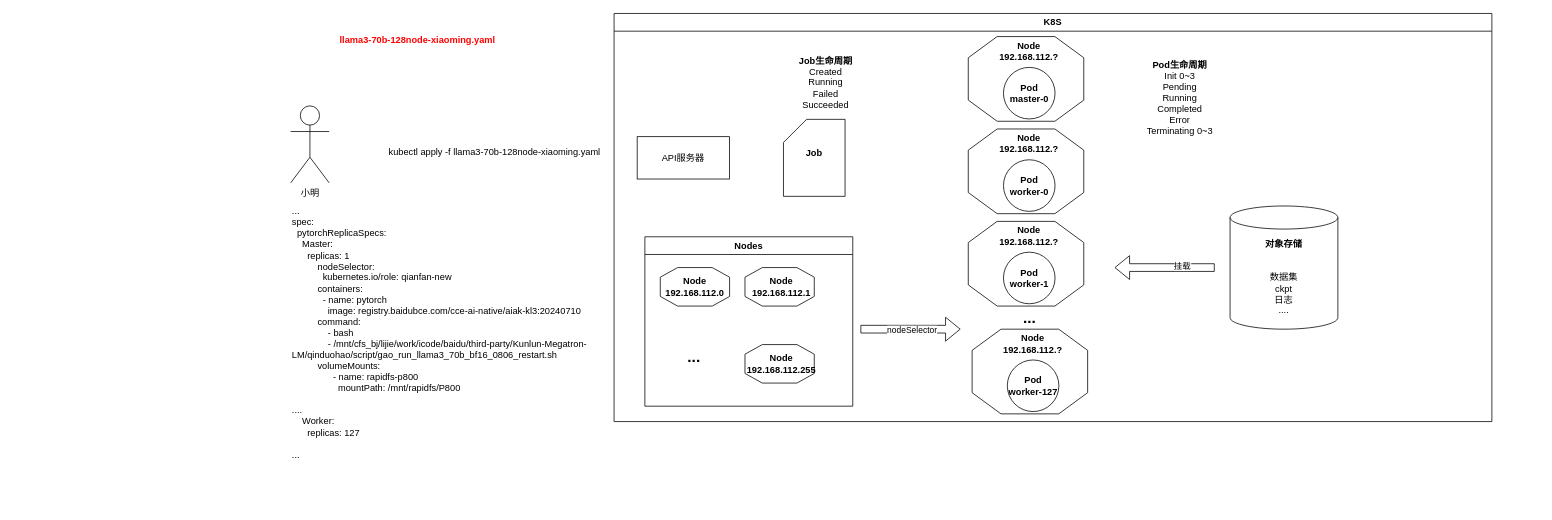
Earlier version of the draw.io diagram k8s.drawio (LamForest/draw.io). Source tidied: cells renumbered, new cells numbered last; positions are measured from the earlier drawing's top-left corner, leaving out a move shared by most shapes. Both pictures are drawn from the tidied source at 77%, with x=0, y=0 at pixel (290, 13).
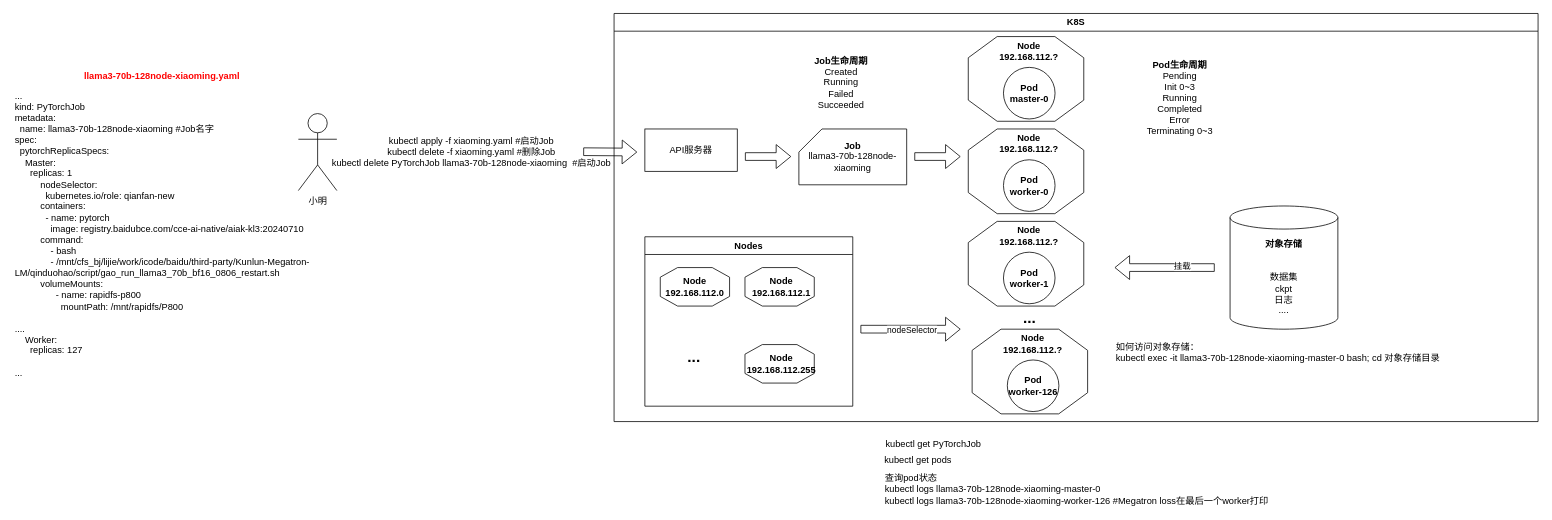
The same diagram, later.

Unchanged cells that the change refers to:
```xml
<mxCell id="33" style="group;" parent="6" vertex="1">
  <mxGeometry x="465" y="410" width="150" height="110" as="geometry" />
</mxCell>
```

Diff of the diagram source:
```diff
@@
-    <mxCell id="2" value="小明" style="shape=umlActor;verticalLabelPosition=bottom;verticalAlign=top;html=1;" parent="1" vertex="1">
-      <mxGeometry y="120" width="50" height="100" as="geometry" />
-    </mxCell>
-    <mxCell id="3" value="&lt;div&gt;...&lt;/div&gt;&lt;div&gt;spec:&lt;/div&gt;&lt;div&gt;&amp;nbsp; pytorchReplicaSpecs:&lt;/div&gt;&lt;div&gt;&amp;nbsp; &amp;nbsp; Master:&lt;/div&gt;&lt;div&gt;&amp;nbsp; &amp;nbsp; &amp;nbsp; replicas: 1&lt;/div&gt;&lt;div&gt;&amp;nbsp; &amp;nbsp; &amp;nbsp;&amp;nbsp;&lt;span style=&quot;background-color: initial;&quot;&gt;&amp;nbsp; &amp;nbsp; nodeSelector:&lt;/span&gt;&lt;/div&gt;&lt;div&gt;&amp;nbsp; &amp;nbsp; &amp;nbsp; &amp;nbsp; &amp;nbsp; &amp;nbsp; kubernetes.io/role: qianfan-new&lt;/div&gt;&lt;div&gt;&amp;nbsp; &amp;nbsp; &amp;nbsp; &amp;nbsp; &amp;nbsp;&amp;nbsp;&lt;span style=&quot;background-color: initial;&quot;&gt;containers:&lt;/span&gt;&lt;/div&gt;&lt;div&gt;&amp;nbsp; &amp;nbsp; &amp;nbsp; &amp;nbsp; &amp;nbsp; &amp;nbsp; - name: pytorch&lt;/div&gt;&lt;div&gt;&amp;nbsp; &amp;nbsp; &amp;nbsp; &amp;nbsp; &amp;nbsp; &amp;nbsp; &amp;nbsp; image: registry.baidubce.com/cce-ai-native/aiak-kl3:20240710&lt;/div&gt;&lt;div&gt;&lt;div&gt;&amp;nbsp; &amp;nbsp; &amp;nbsp; &amp;nbsp; &amp;nbsp; command:&lt;/div&gt;&lt;div&gt;&amp;nbsp; &amp;nbsp; &amp;nbsp; &amp;nbsp; &amp;nbsp; &amp;nbsp; &amp;nbsp; - bash&lt;/div&gt;&lt;div&gt;&amp;nbsp; &amp;nbsp; &amp;nbsp; &amp;nbsp; &amp;nbsp; &amp;nbsp; &amp;nbsp; - /mnt/cfs_bj/lijie/work/icode/baidu/third-party/Kunlun-Megatron-LM/qinduohao/script/gao_run_llama3_70b_bf16_0806_restart.sh&lt;/div&gt;&lt;/div&gt;&lt;div&gt;&lt;div&gt;&amp;nbsp; &amp;nbsp; &amp;nbsp; &amp;nbsp; &amp;nbsp; volumeMounts:&lt;/div&gt;&lt;div&gt;&amp;nbsp; &amp;nbsp; &amp;nbsp; &amp;nbsp; &amp;nbsp; &amp;nbsp; &amp;nbsp; &amp;nbsp; - name: rapidfs-p800&lt;/div&gt;&lt;div&gt;&amp;nbsp; &amp;nbsp; &amp;nbsp; &amp;nbsp; &amp;nbsp; &amp;nbsp; &amp;nbsp; &amp;nbsp; &amp;nbsp; mountPath: /mnt/rapidfs/P800&lt;/div&gt;&lt;/div&gt;&lt;div&gt;&lt;br&gt;&lt;/div&gt;&lt;div&gt;....&lt;/div&gt;&lt;div&gt;&lt;div&gt;&amp;nbsp; &amp;nbsp; Worker:&lt;/div&gt;&lt;div&gt;&amp;nbsp; &amp;nbsp; &amp;nbsp; replicas: 127&lt;/div&gt;&lt;div&gt;&amp;nbsp; &amp;nbsp; &amp;nbsp;&amp;nbsp;&lt;/div&gt;&lt;/div&gt;&lt;div&gt;...&lt;/div&gt;" style="text;html=1;align=left;verticalAlign=middle;whiteSpace=wrap;rounded=0;" parent="1" vertex="1">
-      <mxGeometry y="210" width="440" height="410" as="geometry" />
+    <mxCell id="3" value="&lt;div&gt;...&lt;/div&gt;&lt;div&gt;kind: PyTorchJob&lt;/div&gt;&lt;div&gt;metadata:&lt;br&gt;&lt;/div&gt;&lt;div&gt;&amp;nbsp;&amp;nbsp;name:&amp;nbsp;&lt;span style=&quot;text-align: center; background-color: initial;&quot;&gt;llama3-70b-128node-xiaoming #Job名字&lt;/span&gt;&lt;/div&gt;&lt;div&gt;spec:&lt;/div&gt;&lt;div&gt;&amp;nbsp; pytorchReplicaSpecs:&lt;/div&gt;&lt;div&gt;&amp;nbsp; &amp;nbsp; Master:&lt;/div&gt;&lt;div&gt;&amp;nbsp; &amp;nbsp; &amp;nbsp; replicas: 1&lt;/div&gt;&lt;div&gt;&amp;nbsp; &amp;nbsp; &amp;nbsp;&amp;nbsp;&lt;span style=&quot;background-color: initial;&quot;&gt;&amp;nbsp; &amp;nbsp; nodeSelector:&lt;/span&gt;&lt;/div&gt;&lt;div&gt;&amp;nbsp; &amp;nbsp; &amp;nbsp; &amp;nbsp; &amp;nbsp; &amp;nbsp; kubernetes.io/role: qianfan-new&lt;/div&gt;&lt;div&gt;&amp;nbsp; &amp;nbsp; &amp;nbsp; &amp;nbsp; &amp;nbsp;&amp;nbsp;&lt;span style=&quot;background-color: initial;&quot;&gt;containers:&lt;/span&gt;&lt;/div&gt;&lt;div&gt;&amp;nbsp; &amp;nbsp; &amp;nbsp; &amp;nbsp; &amp;nbsp; &amp;nbsp; - name: pytorch&lt;/div&gt;&lt;div&gt;&amp;nbsp; &amp;nbsp; &amp;nbsp; &amp;nbsp; &amp;nbsp; &amp;nbsp; &amp;nbsp; image: registry.baidubce.com/cce-ai-native/aiak-kl3:20240710&lt;/div&gt;&lt;div&gt;&lt;div&gt;&amp;nbsp; &amp;nbsp; &amp;nbsp; &amp;nbsp; &amp;nbsp; command:&lt;/div&gt;&lt;div&gt;&amp;nbsp; &amp;nbsp; &amp;nbsp; &amp;nbsp; &amp;nbsp; &amp;nbsp; &amp;nbsp; - bash&lt;/div&gt;&lt;div&gt;&amp;nbsp; &amp;nbsp; &amp;nbsp; &amp;nbsp; &amp;nbsp; &amp;nbsp; &amp;nbsp; - /mnt/cfs_bj/lijie/work/icode/baidu/third-party/Kunlun-Megatron-LM/qinduohao/script/gao_run_llama3_70b_bf16_0806_restart.sh&lt;/div&gt;&lt;/div&gt;&lt;div&gt;&lt;div&gt;&amp;nbsp; &amp;nbsp; &amp;nbsp; &amp;nbsp; &amp;nbsp; volumeMounts:&lt;/div&gt;&lt;div&gt;&amp;nbsp; &amp;nbsp; &amp;nbsp; &amp;nbsp; &amp;nbsp; &amp;nbsp; &amp;nbsp; &amp;nbsp; - name: rapidfs-p800&lt;/div&gt;&lt;div&gt;&amp;nbsp; &amp;nbsp; &amp;nbsp; &amp;nbsp; &amp;nbsp; &amp;nbsp; &amp;nbsp; &amp;nbsp; &amp;nbsp; mountPath: /mnt/rapidfs/P800&lt;/div&gt;&lt;/div&gt;&lt;div&gt;&lt;br&gt;&lt;/div&gt;&lt;div&gt;....&lt;/div&gt;&lt;div&gt;&lt;div&gt;&amp;nbsp; &amp;nbsp; Worker:&lt;/div&gt;&lt;div&gt;&amp;nbsp; &amp;nbsp; &amp;nbsp; replicas: 127&lt;/div&gt;&lt;div&gt;&amp;nbsp; &amp;nbsp; &amp;nbsp;&amp;nbsp;&lt;/div&gt;&lt;/div&gt;&lt;div&gt;...&lt;/div&gt;" style="text;html=1;align=left;verticalAlign=middle;whiteSpace=wrap;rounded=0;" parent="1" vertex="1">
+      <mxGeometry x="-360" y="82" width="440" height="410" as="geometry" />
     </mxCell>
     <mxCell id="4" value="llama3-70b-128node-xiaoming.yaml" style="text;html=1;align=center;verticalAlign=middle;whiteSpace=wrap;rounded=0;fontColor=#FF0303;fontStyle=1;" parent="1" vertex="1">
-      <mxGeometry x="50" y="20" width="230" height="30" as="geometry" />
+      <mxGeometry x="-282" y="66" width="230" height="30" as="geometry" />
     </mxCell>
-    <mxCell id="5" value="kubectl apply -f&amp;nbsp;llama3-70b-128node-xiaoming.yaml" style="text;html=1;align=center;verticalAlign=middle;whiteSpace=wrap;rounded=0;" parent="1" vertex="1">
-      <mxGeometry x="110" y="170" width="310" height="20" as="geometry" />
+    <mxCell id="5" value="kubectl apply -f xiaoming.yaml #启动Job&lt;div&gt;kubectl delete -f xiaoming.yaml #删除Job&lt;/div&gt;&lt;div&gt;kubectl delete PyTorchJob&amp;nbsp;&lt;span style=&quot;background-color: initial;&quot;&gt;llama3-70b-128node-xiaoming&lt;/span&gt;&lt;span style=&quot;background-color: initial;&quot;&gt;&amp;nbsp;&amp;nbsp;#启动Job&lt;/span&gt;&lt;/div&gt;" style="text;html=1;align=center;verticalAlign=middle;whiteSpace=wrap;rounded=0;" parent="1" vertex="1">
+      <mxGeometry x="40" y="170" width="390" height="20" as="geometry" />
     </mxCell>
     <mxCell id="6" value="K8S" style="swimlane;whiteSpace=wrap;html=1;" parent="1" vertex="1">
-      <mxGeometry x="420" width="1140" height="530" as="geometry" />
+      <mxGeometry x="420" width="1200" height="530" as="geometry" />
     </mxCell>
@@
     <mxCell id="11" value="API服务器" style="rounded=0;whiteSpace=wrap;html=1;" parent="6" vertex="1">
-      <mxGeometry x="30" y="160" width="120" height="55" as="geometry" />
+      <mxGeometry x="40" y="150" width="120" height="55" as="geometry" />
     </mxCell>
-    <mxCell id="12" value="&lt;b&gt;Job&lt;/b&gt;&lt;div&gt;&lt;br&gt;&lt;/div&gt;" style="shape=card;whiteSpace=wrap;html=1;" parent="6" vertex="1">
-      <mxGeometry x="220" y="137.5" width="80" height="100" as="geometry" />
+    <mxCell id="12" value="&lt;b&gt;Job&lt;/b&gt;&lt;div&gt;llama3-70b-128node-xiaoming&lt;br&gt;&lt;/div&gt;" style="shape=card;whiteSpace=wrap;html=1;" parent="6" vertex="1">
+      <mxGeometry x="240" y="150" width="140" height="72.5" as="geometry" />
     </mxCell>
@@
-    <mxCell id="36" value="&lt;b&gt;Pod&lt;/b&gt;&lt;div&gt;&lt;b&gt;worker-127&lt;/b&gt;&lt;/div&gt;" style="ellipse;whiteSpace=wrap;html=1;" parent="33" vertex="1">
+    <mxCell id="36" value="&lt;b&gt;Pod&lt;/b&gt;&lt;div&gt;&lt;b&gt;worker-126&lt;/b&gt;&lt;/div&gt;" style="ellipse;whiteSpace=wrap;html=1;" parent="33" vertex="1">
       <mxGeometry x="45.7" y="40" width="67" height="67" as="geometry" />
     </mxCell>
@@
-    <mxCell id="40" value="&lt;b&gt;Pod生命周期&lt;/b&gt;&lt;div&gt;&lt;div&gt;Init 0~3&lt;/div&gt;&lt;div&gt;Pending&lt;/div&gt;&lt;div&gt;Running&lt;/div&gt;&lt;div&gt;Completed&lt;/div&gt;&lt;div&gt;Error&lt;/div&gt;&lt;div&gt;Terminating 0~3&lt;/div&gt;&lt;/div&gt;" style="text;html=1;align=center;verticalAlign=middle;whiteSpace=wrap;rounded=0;" parent="6" vertex="1">
+    <mxCell id="40" value="&lt;b&gt;Pod生命周期&lt;/b&gt;&lt;div&gt;&lt;div&gt;Pending&lt;/div&gt;&lt;div&gt;&lt;div&gt;Init 0~3&lt;/div&gt;&lt;div&gt;&lt;span style=&quot;background-color: initial;&quot;&gt;Running&lt;/span&gt;&lt;br&gt;&lt;/div&gt;&lt;div&gt;Completed&lt;/div&gt;&lt;div&gt;Error&lt;/div&gt;&lt;div&gt;Terminating 0~3&lt;/div&gt;&lt;/div&gt;&lt;/div&gt;" style="text;html=1;align=center;verticalAlign=middle;whiteSpace=wrap;rounded=0;" parent="6" vertex="1">
       <mxGeometry x="660" y="60" width="150" height="100" as="geometry" />
     </mxCell>
     <mxCell id="41" value="&lt;b&gt;Job生命周期&lt;/b&gt;&lt;div&gt;&lt;div&gt;Created&lt;/div&gt;&lt;div&gt;Running&lt;/div&gt;&lt;div&gt;Failed&lt;/div&gt;&lt;div&gt;Succeeded&lt;/div&gt;&lt;/div&gt;" style="text;html=1;align=center;verticalAlign=middle;whiteSpace=wrap;rounded=0;" parent="6" vertex="1">
-      <mxGeometry x="230" y="40" width="90" height="100" as="geometry" />
+      <mxGeometry x="250" y="40" width="90" height="100" as="geometry" />
     </mxCell>
+    <mxCell id="42" value="如何访问对象存储：&#10;kubectl exec -it llama3-70b-128node-xiaoming-master-0 bash; cd 对象存储目录" style="text;whiteSpace=wrap;" parent="6" vertex="1">
+      <mxGeometry x="650" y="420" width="550" height="30" as="geometry" />
+    </mxCell>
+    <mxCell id="43" style="shape=flexArrow;endArrow=classic;html=1;rounded=0;" parent="6" edge="1">
+      <mxGeometry relative="1" as="geometry">
+        <mxPoint x="170" y="185.8" as="sourcePoint" />
+        <mxPoint x="230" y="185.8" as="targetPoint" />
+      </mxGeometry>
+    </mxCell>
+    <mxCell id="44" style="shape=flexArrow;endArrow=classic;html=1;rounded=0;" parent="6" edge="1">
+      <mxGeometry relative="1" as="geometry">
+        <mxPoint x="390" y="185.8" as="sourcePoint" />
+        <mxPoint x="450" y="185.8" as="targetPoint" />
+      </mxGeometry>
+    </mxCell>
+    <mxCell id="2" value="小明" style="shape=umlActor;verticalLabelPosition=bottom;verticalAlign=top;html=1;" parent="1" vertex="1">
+      <mxGeometry x="10" y="130" width="50" height="100" as="geometry" />
+    </mxCell>
+    <mxCell id="45" value="查询pod状态&#10;kubectl logs llama3-70b-128node-xiaoming-master-0&#10;kubectl logs llama3-70b-128node-xiaoming-worker-126 #Megatron loss在最后一个worker打印" style="text;whiteSpace=wrap;" parent="1" vertex="1">
+      <mxGeometry x="770" y="590" width="550" height="40" as="geometry" />
+    </mxCell>
+    <mxCell id="46" value="&lt;div&gt;kubectl get PyTorchJob&lt;/div&gt;" style="text;html=1;align=center;verticalAlign=middle;whiteSpace=wrap;rounded=0;" parent="1" vertex="1">
+      <mxGeometry x="680" y="550" width="310" height="20" as="geometry" />
+    </mxCell>
+    <mxCell id="47" value="&lt;div&gt;&lt;span style=&quot;background-color: initial;&quot;&gt;kubectl get pods&lt;/span&gt;&lt;br&gt;&lt;/div&gt;" style="text;html=1;align=center;verticalAlign=middle;whiteSpace=wrap;rounded=0;" parent="1" vertex="1">
+      <mxGeometry x="660" y="570" width="310" height="20" as="geometry" />
+    </mxCell>
+    <mxCell id="48" style="shape=flexArrow;endArrow=classic;html=1;rounded=0;" parent="1" edge="1">
+      <mxGeometry relative="1" as="geometry">
+        <mxPoint x="380" y="179.5" as="sourcePoint" />
+        <mxPoint x="450" y="180" as="targetPoint" />
+      </mxGeometry>
+    </mxCell>
```
